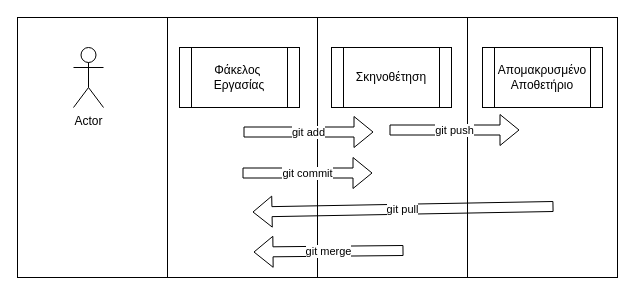
The draw.io diagram Diagrams/git.drawio in Lefteris-B/Risc-V-SoC-Using-LiteX, before the edit. Source tidied: cells renumbered, new cells numbered last; positions are measured from the earlier drawing's top-left corner, leaving out a move shared by most shapes. Both pictures are drawn from the tidied source at 100%, with x=0, y=0 at pixel (17, 17).
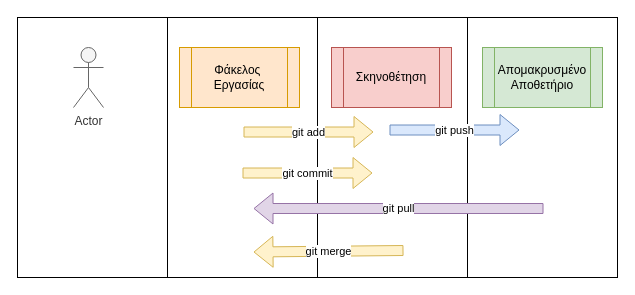
The same page after the edit.

Change to the diagram source:
```diff
@@
 <mxGraphModel>
   <root>
     <mxCell id="0" />
     <mxCell id="1" parent="0" />
     <mxCell id="2" style="rounded=0;whiteSpace=wrap;html=1;" parent="1" vertex="1">
       <mxGeometry x="450" width="150" height="260" as="geometry" />
     </mxCell>
     <mxCell id="3" style="rounded=0;whiteSpace=wrap;html=1;" parent="1" vertex="1">
       <mxGeometry x="300" width="150" height="260" as="geometry" />
     </mxCell>
     <mxCell id="4" style="rounded=0;whiteSpace=wrap;html=1;" parent="1" vertex="1">
       <mxGeometry x="150" width="150" height="260" as="geometry" />
     </mxCell>
     <mxCell id="5" style="rounded=0;whiteSpace=wrap;html=1;" parent="1" vertex="1">
       <mxGeometry width="150" height="260" as="geometry" />
     </mxCell>
-    <mxCell id="6" value="Actor" style="shape=umlActor;verticalLabelPosition=bottom;verticalAlign=top;html=1;" parent="1" vertex="1">
+    <mxCell id="6" value="Actor" style="shape=umlActor;verticalLabelPosition=bottom;verticalAlign=top;html=1;fillColor=#f5f5f5;fontColor=#333333;strokeColor=#666666;" parent="1" vertex="1">
       <mxGeometry x="56" y="30" width="30" height="60" as="geometry" />
     </mxCell>
-    <mxCell id="7" value="Φάκελος&amp;nbsp;&lt;br&gt;Εργασίας" style="shape=process;whiteSpace=wrap;html=1;backgroundOutline=1;" parent="1" vertex="1">
+    <mxCell id="7" value="Φάκελος&amp;nbsp;&lt;br&gt;Εργασίας" style="shape=process;whiteSpace=wrap;html=1;backgroundOutline=1;fillColor=#ffe6cc;strokeColor=#d79b00;" parent="1" vertex="1">
       <mxGeometry x="162" y="30" width="120" height="60" as="geometry" />
     </mxCell>
-    <mxCell id="8" value="Σκηνοθέτηση" style="shape=process;whiteSpace=wrap;html=1;backgroundOutline=1;" parent="1" vertex="1">
+    <mxCell id="8" value="Σκηνοθέτηση" style="shape=process;whiteSpace=wrap;html=1;backgroundOutline=1;fillColor=#f8cecc;strokeColor=#b85450;" parent="1" vertex="1">
       <mxGeometry x="314" y="30" width="120" height="60" as="geometry" />
     </mxCell>
-    <mxCell id="9" value="Απομακρυσμένο&lt;br&gt;Αποθετήριο" style="shape=process;whiteSpace=wrap;html=1;backgroundOutline=1;" parent="1" vertex="1">
+    <mxCell id="9" value="Απομακρυσμένο&lt;br&gt;Αποθετήριο" style="shape=process;whiteSpace=wrap;html=1;backgroundOutline=1;fillColor=#d5e8d4;strokeColor=#82b366;" parent="1" vertex="1">
       <mxGeometry x="465" y="30" width="120" height="60" as="geometry" />
     </mxCell>
-    <mxCell id="10" value="git add" style="shape=flexArrow;endArrow=classic;html=1;rounded=0;" parent="1" edge="1">
+    <mxCell id="10" value="git add" style="shape=flexArrow;endArrow=classic;html=1;rounded=0;fillColor=#fff2cc;strokeColor=#d6b656;" parent="1" edge="1">
       <mxGeometry relative="1" as="geometry">
         <mxPoint x="226" y="114.5" as="sourcePoint" />
         <mxPoint x="356" y="114.5" as="targetPoint" />
       </mxGeometry>
     </mxCell>
-    <mxCell id="11" value="git push" style="shape=flexArrow;endArrow=classic;html=1;rounded=0;" parent="1" edge="1">
+    <mxCell id="11" value="git push" style="shape=flexArrow;endArrow=classic;html=1;rounded=0;fillColor=#dae8fc;strokeColor=#6c8ebf;" parent="1" edge="1">
       <mxGeometry relative="1" as="geometry">
         <mxPoint x="372" y="112.5" as="sourcePoint" />
         <mxPoint x="502" y="112.5" as="targetPoint" />
       </mxGeometry>
     </mxCell>
-    <mxCell id="12" value="git commit" style="shape=flexArrow;endArrow=classic;html=1;rounded=0;" parent="1" edge="1">
+    <mxCell id="12" value="git commit" style="shape=flexArrow;endArrow=classic;html=1;rounded=0;fillColor=#fff2cc;strokeColor=#d6b656;" parent="1" edge="1">
       <mxGeometry relative="1" as="geometry">
         <mxPoint x="225" y="155.5" as="sourcePoint" />
         <mxPoint x="355" y="155.5" as="targetPoint" />
       </mxGeometry>
     </mxCell>
-    <mxCell id="13" value="git pull" style="shape=flexArrow;endArrow=classic;html=1;rounded=0;" parent="1" edge="1">
+    <mxCell id="13" value="git pull" style="shape=flexArrow;endArrow=classic;html=1;rounded=0;fillColor=#e1d5e7;strokeColor=#9673a6;" parent="1" edge="1">
       <mxGeometry relative="1" as="geometry">
-        <mxPoint x="536" y="189" as="sourcePoint" />
-        <mxPoint x="235" y="194.5" as="targetPoint" />
+        <mxPoint x="526" y="191" as="sourcePoint" />
+        <mxPoint x="236" y="191" as="targetPoint" />
       </mxGeometry>
     </mxCell>
-    <mxCell id="14" value="git merge" style="shape=flexArrow;endArrow=classic;html=1;rounded=0;" parent="1" edge="1">
+    <mxCell id="14" value="git merge" style="shape=flexArrow;endArrow=classic;html=1;rounded=0;fillColor=#fff2cc;strokeColor=#d6b656;" parent="1" edge="1">
       <mxGeometry relative="1" as="geometry">
         <mxPoint x="386" y="233" as="sourcePoint" />
         <mxPoint x="236" y="234.5" as="targetPoint" />
       </mxGeometry>
     </mxCell>
   </root>
 </mxGraphModel>
```
